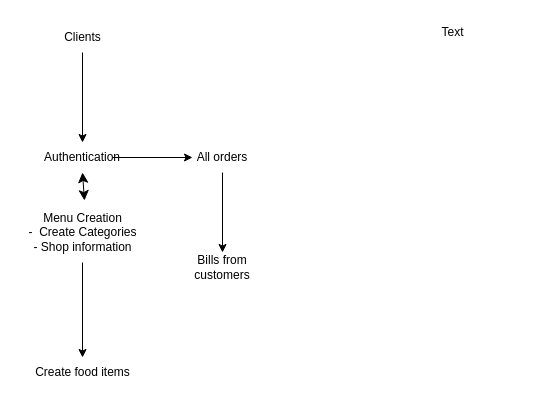
Above: Plan.drawio in vrsb99/IEEE (draw.io), before the change. Source tidied: cells renumbered, new cells numbered last; positions are measured from the earlier drawing's top-left corner, leaving out a move shared by most shapes. Both pictures are drawn from the tidied source at 100%, with x=0, y=0 at pixel (17, 17).
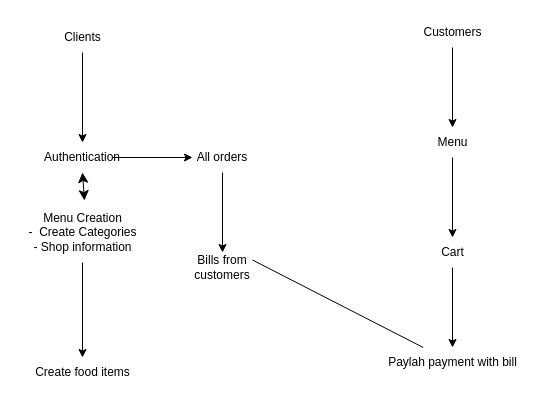
After the change.

The change refers to these unchanged cells:
```xml
<mxCell id="12" value="Bills from customers" style="text;html=1;strokeColor=none;fillColor=none;align=center;verticalAlign=middle;whiteSpace=wrap;rounded=0;" parent="1" vertex="1">
  <mxGeometry x="175" y="235" width="60" height="30" as="geometry" />
</mxCell>
```

What changed in the source:
```diff
@@
+    <mxCell id="14" style="edgeStyle=orthogonalEdgeStyle;rounded=0;jettySize=auto;html=1;" parent="1" edge="1" source="13" target="16">
+      <mxGeometry relative="1" as="geometry" />
+    </mxCell>
-    <mxCell id="13" value="Text" style="text;html=1;align=center;verticalAlign=middle;points=[];strokeColor=none;fillColor=none;" parent="1" vertex="1">
-      <mxGeometry x="410" width="50" height="30" as="geometry" />
+    <mxCell id="13" value="&lt;div&gt;Customers&lt;/div&gt;" style="text;html=1;align=center;verticalAlign=middle;points=[];strokeColor=none;fillColor=none;" parent="1" vertex="1">
+      <mxGeometry x="395" width="80" height="30" as="geometry" />
     </mxCell>
+    <mxCell id="15" style="edgeStyle=orthogonalEdgeStyle;rounded=0;jettySize=auto;html=1;" parent="1" edge="1" source="16" target="18">
+      <mxGeometry relative="1" as="geometry" />
+    </mxCell>
+    <mxCell id="16" value="&lt;div&gt;Menu&lt;/div&gt;" style="text;html=1;align=center;verticalAlign=middle;points=[];strokeColor=none;fillColor=none;" parent="1" vertex="1">
+      <mxGeometry x="410" y="110" width="50" height="30" as="geometry" />
+    </mxCell>
+    <mxCell id="17" style="edgeStyle=orthogonalEdgeStyle;rounded=0;jettySize=auto;html=1;" parent="1" edge="1" source="18" target="19">
+      <mxGeometry relative="1" as="geometry" />
+    </mxCell>
+    <mxCell id="18" value="&lt;div&gt;Cart&lt;/div&gt;" style="text;html=1;align=center;verticalAlign=middle;points=[];strokeColor=none;fillColor=none;" parent="1" vertex="1">
+      <mxGeometry x="410" y="220" width="50" height="30" as="geometry" />
+    </mxCell>
+    <mxCell id="19" value="&lt;div&gt;Paylah payment with bill&lt;/div&gt;" style="text;html=1;align=center;verticalAlign=middle;points=[];strokeColor=none;fillColor=none;" parent="1" vertex="1">
+      <mxGeometry x="360" y="330" width="150" height="30" as="geometry" />
+    </mxCell>
+    <mxCell id="20" style="endArrow=none;html=1;rounded=0;entryX=1;entryY=0.25;entryDx=0;entryDy=0;" parent="1" edge="1" source="19" target="12">
+      <mxGeometry relative="1" as="geometry" />
+    </mxCell>
```
